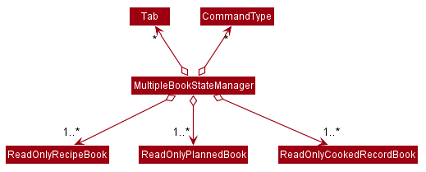
nus-cs2103-AY1920S2/addressbook-level3 keeps this PlantUML diagram as docs/images/MultipleBookStateManagerClassDiagram.png. Above is the earlier version.
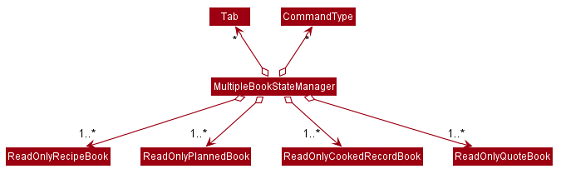
The same file after the commit.

What changed in the source:
```diff
@@ -53,7 +53,8 @@
 
 MultipleBookStateManager o-down-> "1..*" ReadOnlyRecipeBook
 MultipleBookStateManager o-down-> "1..*" ReadOnlyPlannedBook
-MultipleBookStateManager o-down-> "                       1..*" ReadOnlyCookedRecordBook
+MultipleBookStateManager o-down-> "                    1..*" ReadOnlyCookedRecordBook
+MultipleBookStateManager o-down-> "          1..*" ReadOnlyQuoteBook
 MultipleBookStateManager o-up-> "*" CommandType
 MultipleBookStateManager o-up-> "*" Tab
 
```
